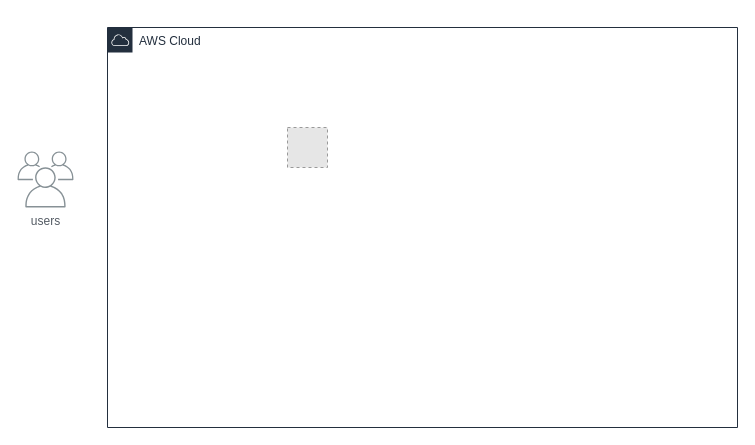
josephlim75/technologies keeps this draw.io diagram as DrawIO/Untitled Diagram.drawio. Above is the earlier version. Source tidied: cells renumbered, new cells numbered last; positions are measured from the earlier drawing's top-left corner, leaving out a move shared by most shapes. Both pictures are drawn from the tidied source at 100%, with x=0, y=0 at pixel (17, 27). Pictures stored in the file or linked from it are replaced by grey dashed boxes.
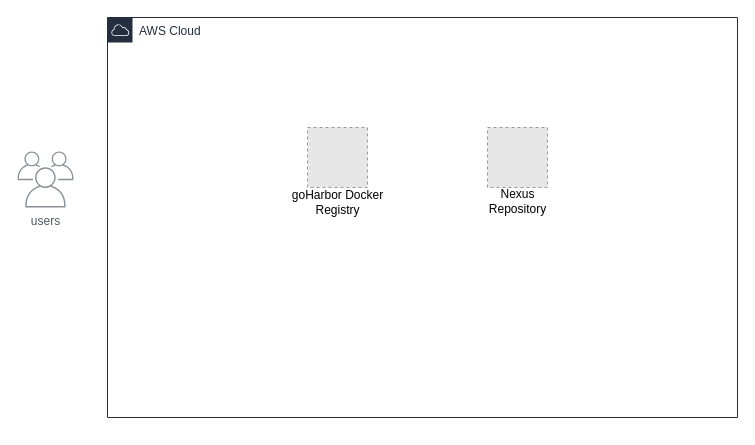
After the change.

What changed in the source:
```diff
@@
 <mxGraphModel>
   <root>
     <mxCell id="0" />
     <mxCell id="1" parent="0" />
     <mxCell id="2" value="users" style="gradientColor=none;fontColor=#545B64;strokeColor=none;fillColor=#879196;dashed=0;verticalLabelPosition=bottom;verticalAlign=top;align=center;html=1;fontSize=12;fontStyle=0;shape=mxgraph.aws4.illustration_users;" parent="1" vertex="1">
       <mxGeometry y="124" width="56" height="56" as="geometry" />
     </mxCell>
-    <mxCell id="3" value="AWS Cloud" style="gradientColor=none;html=1;whiteSpace=wrap;fontSize=12;fontStyle=0;shape=mxgraph.aws4.group;grIcon=mxgraph.aws4.group_aws_cloud;strokeColor=#232F3E;fillColor=none;verticalAlign=top;align=left;spacingLeft=30;fontColor=#232F3E;dashed=0;" parent="1" vertex="1">
-      <mxGeometry x="90" width="630" height="400" as="geometry" />
+    <mxCell id="3" value="AWS Cloud" style="gradientColor=none;html=1;whiteSpace=wrap;fontSize=12;fontStyle=0;shape=mxgraph.aws4.group;grIcon=mxgraph.aws4.group_aws_cloud;strokeColor=#232F3E;fillColor=none;verticalAlign=top;align=left;spacingLeft=30;fontColor=#232F3E;dashed=0;fontFamily=Helvetica;FType=g;" parent="1" vertex="1">
+      <mxGeometry x="90" y="-10" width="630" height="400" as="geometry" />
     </mxCell>
     <mxCell id="4" style="fillColor=#E6E6E6;strokeColor=#999999;dashed=1;verticalLabelPosition=bottom;labelBackgroundColor=#ffffff;verticalAlign=top;" parent="1" vertex="1">
-      <mxGeometry x="270" y="100" width="40" height="40" as="geometry" />
+      <mxGeometry x="290" y="100" width="60" height="60" as="geometry" />
     </mxCell>
+    <mxCell id="5" style="fillColor=#E6E6E6;strokeColor=#999999;dashed=1;verticalLabelPosition=bottom;verticalAlign=top;fontColor=#A680B8;" parent="1" vertex="1">
+      <mxGeometry x="470" y="100" width="60" height="60" as="geometry" />
+    </mxCell>
+    <mxCell id="6" value="&lt;font color=&quot;#000000&quot;&gt;Nexus&lt;br&gt;Repository&lt;br&gt;&lt;/font&gt;" style="text;html=1;align=center;verticalAlign=middle;fillColor=none;strokeColor=none;rounded=0;fontFamily=Helvetica;fontColor=#A680B8;" parent="1" vertex="1">
+      <mxGeometry x="465" y="159" width="70" height="30" as="geometry" />
+    </mxCell>
+    <mxCell id="7" value="&lt;font color=&quot;#000000&quot;&gt;goHarbor Docker&lt;br&gt;Registry&lt;br&gt;&lt;/font&gt;" style="text;html=1;align=center;verticalAlign=middle;fillColor=none;strokeColor=none;rounded=0;fontFamily=Helvetica;fontColor=#A680B8;" parent="1" vertex="1">
+      <mxGeometry x="265" y="160" width="110" height="30" as="geometry" />
+    </mxCell>
   </root>
 </mxGraphModel>
```
